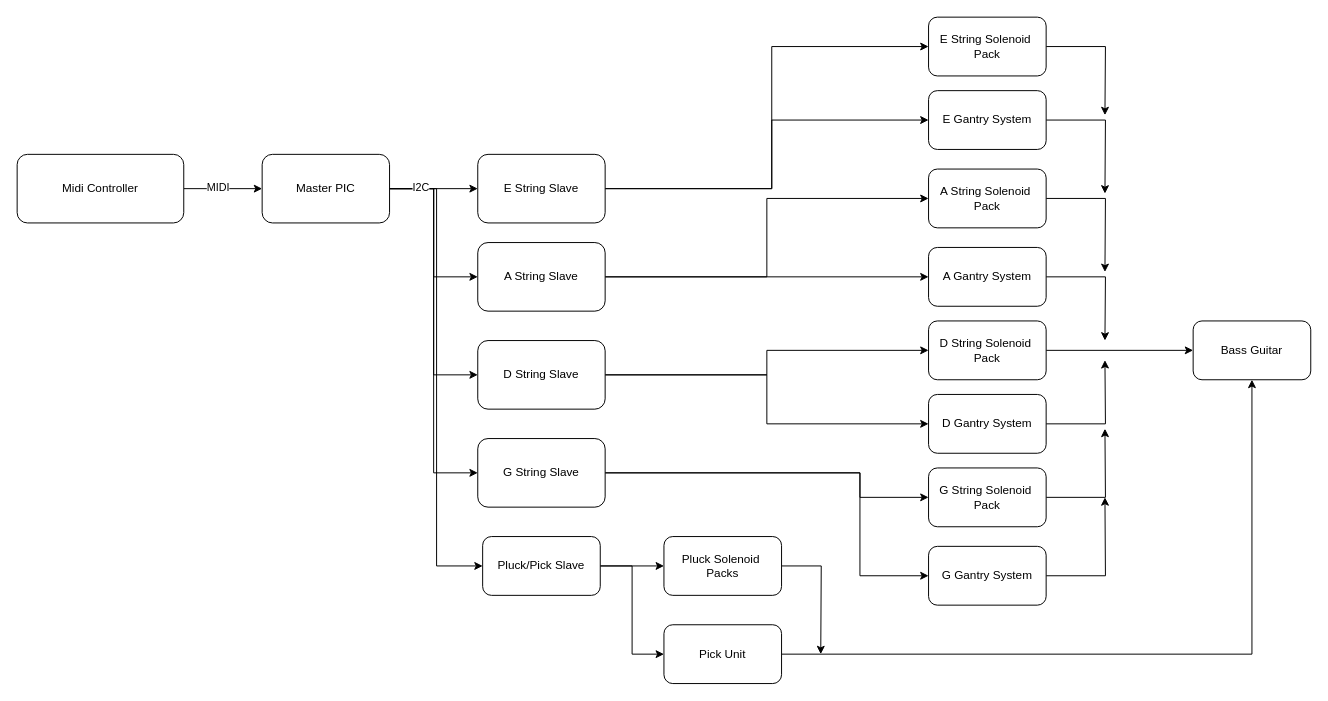
The draw.io diagram Flowcharts/Functional Block diagram.drawio in Masaharu41/Midi-Bass-Guitar, before the edit. Source tidied: cells renumbered, new cells numbered last; positions are measured from the earlier drawing's top-left corner, leaving out a move shared by most shapes. Both pictures are drawn from the tidied source at 98%, with x=0, y=0 at pixel (17, 17).
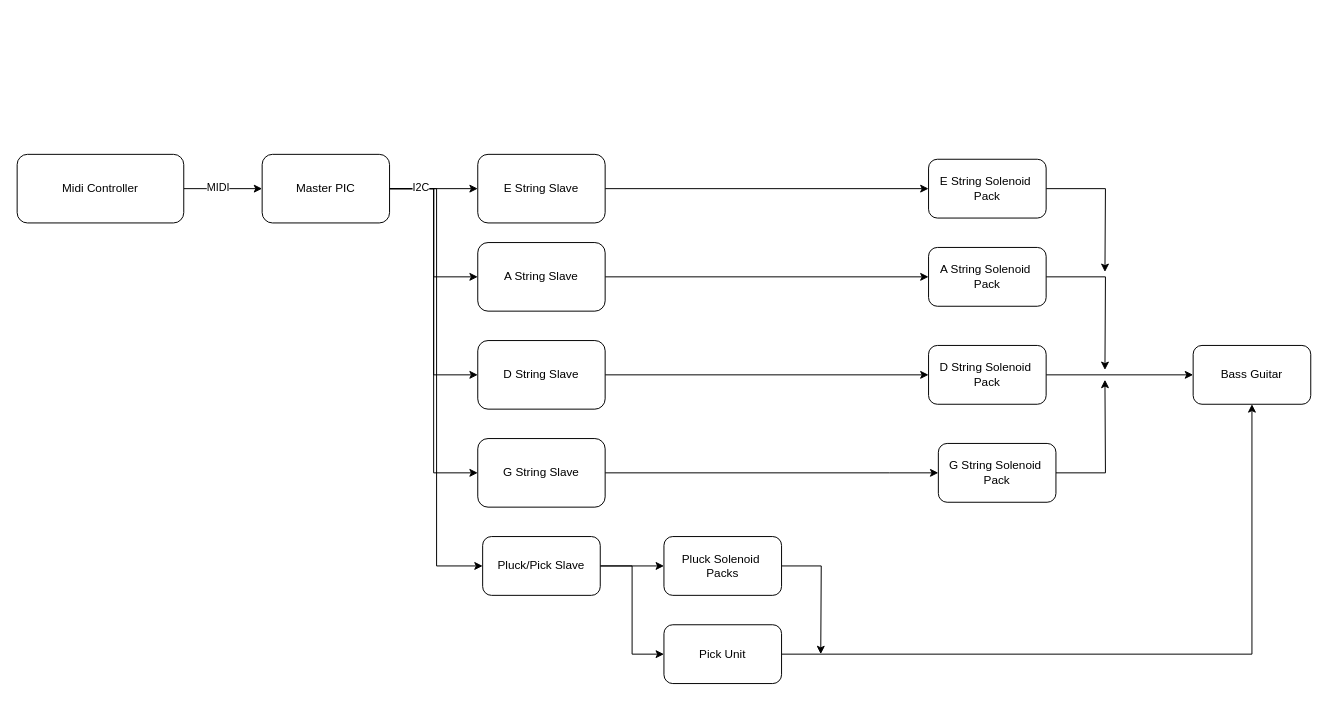
The same diagram, later.

Commit message (it also covers changes not shown here):
updated master schematic and block diagram updated hours as well added block diagram to report

Unchanged cells that the change refers to:
```xml
<mxCell id="17" value="E String Slave" style="rounded=1;whiteSpace=wrap;html=1;" parent="1" vertex="1">
  <mxGeometry x="470" y="140" width="130" height="70" as="geometry" />
</mxCell>
<mxCell id="20" value="A String Slave" style="rounded=1;whiteSpace=wrap;html=1;" parent="1" vertex="1">
  <mxGeometry x="470" y="230" width="130" height="70" as="geometry" />
</mxCell>
<mxCell id="23" value="D String Slave" style="rounded=1;whiteSpace=wrap;html=1;" parent="1" vertex="1">
  <mxGeometry x="470" y="330" width="130" height="70" as="geometry" />
</mxCell>
<mxCell id="26" value="G String Slave" style="rounded=1;whiteSpace=wrap;html=1;" parent="1" vertex="1">
  <mxGeometry x="470" y="430" width="130" height="70" as="geometry" />
</mxCell>
```

Diff of the diagram source:
```diff
@@
     <mxCell id="15" style="edgeStyle=orthogonalEdgeStyle;rounded=0;jettySize=auto;html=1;entryX=0;entryY=0.5;entryDx=0;entryDy=0;" parent="1" edge="1" source="17" target="32">
       <mxGeometry relative="1" as="geometry">
         <Array as="points">
-          <mxPoint x="770" y="175" />
-          <mxPoint x="770" y="30" />
+          <mxPoint x="930" y="175" />
         </Array>
       </mxGeometry>
     </mxCell>
-    <mxCell id="16" style="edgeStyle=orthogonalEdgeStyle;rounded=0;jettySize=auto;html=1;" parent="1" edge="1" source="17" target="34">
-      <mxGeometry relative="1" as="geometry">
-        <Array as="points">
-          <mxPoint x="770" y="175" />
-          <mxPoint x="770" y="105" />
-        </Array>
-      </mxGeometry>
-    </mxCell>
@@
-    <mxCell id="19" style="edgeStyle=orthogonalEdgeStyle;rounded=0;jettySize=auto;html=1;entryX=0;entryY=0.5;entryDx=0;entryDy=0;" parent="1" edge="1" source="20" target="38">
-      <mxGeometry relative="1" as="geometry" />
-    </mxCell>
@@
-    <mxCell id="22" style="edgeStyle=orthogonalEdgeStyle;rounded=0;jettySize=auto;html=1;entryX=0;entryY=0.5;entryDx=0;entryDy=0;" parent="1" edge="1" source="23" target="42">
-      <mxGeometry relative="1" as="geometry" />
-    </mxCell>
@@
     <mxCell id="24" style="edgeStyle=orthogonalEdgeStyle;rounded=0;jettySize=auto;html=1;entryX=0;entryY=0.5;entryDx=0;entryDy=0;" parent="1" edge="1" source="26" target="44">
       <mxGeometry relative="1" as="geometry">
         <Array as="points">
-          <mxPoint x="860" y="465" />
-          <mxPoint x="860" y="490" />
+          <mxPoint x="890" y="465" />
+          <mxPoint x="890" y="465" />
         </Array>
       </mxGeometry>
     </mxCell>
-    <mxCell id="25" style="edgeStyle=orthogonalEdgeStyle;rounded=0;jettySize=auto;html=1;entryX=0;entryY=0.5;entryDx=0;entryDy=0;" parent="1" edge="1" source="26" target="46">
-      <mxGeometry relative="1" as="geometry">
-        <Array as="points">
-          <mxPoint x="860" y="465" />
-          <mxPoint x="860" y="570" />
-        </Array>
-      </mxGeometry>
-    </mxCell>
@@
     <mxCell id="31" style="edgeStyle=orthogonalEdgeStyle;rounded=0;jettySize=auto;html=1;" parent="1" edge="1" source="32">
       <mxGeometry relative="1" as="geometry">
-        <mxPoint x="1110" y="100" as="targetPoint" />
+        <mxPoint x="1110" y="260" as="targetPoint" />
       </mxGeometry>
     </mxCell>
     <mxCell id="32" value="E String Solenoid&amp;nbsp;&lt;div&gt;Pack&lt;/div&gt;" style="rounded=1;whiteSpace=wrap;html=1;" parent="1" vertex="1">
-      <mxGeometry x="930" width="120" height="60" as="geometry" />
+      <mxGeometry x="930" y="145" width="120" height="60" as="geometry" />
     </mxCell>
-    <mxCell id="33" style="edgeStyle=orthogonalEdgeStyle;rounded=0;jettySize=auto;html=1;" parent="1" edge="1" source="34">
-      <mxGeometry relative="1" as="geometry">
-        <mxPoint x="1110" y="180" as="targetPoint" />
-      </mxGeometry>
-    </mxCell>
-    <mxCell id="34" value="E Gantry System" style="rounded=1;whiteSpace=wrap;html=1;" parent="1" vertex="1">
-      <mxGeometry x="930" y="75" width="120" height="60" as="geometry" />
-    </mxCell>
     <mxCell id="35" style="edgeStyle=orthogonalEdgeStyle;rounded=0;jettySize=auto;html=1;" parent="1" edge="1" source="36">
       <mxGeometry relative="1" as="geometry">
-        <mxPoint x="1110" y="260" as="targetPoint" />
+        <mxPoint x="1110" y="360" as="targetPoint" />
       </mxGeometry>
     </mxCell>
     <mxCell id="36" value="A String Solenoid&amp;nbsp;&lt;div&gt;Pack&lt;/div&gt;" style="rounded=1;whiteSpace=wrap;html=1;" parent="1" vertex="1">
-      <mxGeometry x="930" y="155" width="120" height="60" as="geometry" />
+      <mxGeometry x="930" y="235" width="120" height="60" as="geometry" />
     </mxCell>
-    <mxCell id="37" style="edgeStyle=orthogonalEdgeStyle;rounded=0;jettySize=auto;html=1;" parent="1" edge="1" source="38">
-      <mxGeometry relative="1" as="geometry">
-        <mxPoint x="1110" y="330" as="targetPoint" />
-      </mxGeometry>
-    </mxCell>
-    <mxCell id="38" value="A Gantry System" style="rounded=1;whiteSpace=wrap;html=1;" parent="1" vertex="1">
-      <mxGeometry x="930" y="235" width="120" height="60" as="geometry" />
-    </mxCell>
@@
     <mxCell id="40" value="D String Solenoid&amp;nbsp;&lt;div&gt;Pack&lt;/div&gt;" style="rounded=1;whiteSpace=wrap;html=1;" parent="1" vertex="1">
-      <mxGeometry x="930" y="310" width="120" height="60" as="geometry" />
+      <mxGeometry x="930" y="335" width="120" height="60" as="geometry" />
     </mxCell>
-    <mxCell id="41" style="edgeStyle=orthogonalEdgeStyle;rounded=0;jettySize=auto;html=1;" parent="1" edge="1" source="42">
-      <mxGeometry relative="1" as="geometry">
-        <mxPoint x="1110" y="350" as="targetPoint" />
-      </mxGeometry>
-    </mxCell>
-    <mxCell id="42" value="D Gantry System" style="rounded=1;whiteSpace=wrap;html=1;" parent="1" vertex="1">
-      <mxGeometry x="930" y="385" width="120" height="60" as="geometry" />
-    </mxCell>
     <mxCell id="43" style="edgeStyle=orthogonalEdgeStyle;rounded=0;jettySize=auto;html=1;" parent="1" edge="1" source="44">
       <mxGeometry relative="1" as="geometry">
-        <mxPoint x="1110" y="420" as="targetPoint" />
+        <mxPoint x="1110" y="370" as="targetPoint" />
       </mxGeometry>
     </mxCell>
     <mxCell id="44" value="G String Solenoid&amp;nbsp;&lt;div&gt;Pack&lt;/div&gt;" style="rounded=1;whiteSpace=wrap;html=1;" parent="1" vertex="1">
-      <mxGeometry x="930" y="460" width="120" height="60" as="geometry" />
+      <mxGeometry x="940" y="435" width="120" height="60" as="geometry" />
     </mxCell>
-    <mxCell id="45" style="edgeStyle=orthogonalEdgeStyle;rounded=0;jettySize=auto;html=1;" parent="1" edge="1" source="46">
-      <mxGeometry relative="1" as="geometry">
-        <mxPoint x="1110" y="490" as="targetPoint" />
-      </mxGeometry>
-    </mxCell>
-    <mxCell id="46" value="G Gantry System" style="rounded=1;whiteSpace=wrap;html=1;" parent="1" vertex="1">
-      <mxGeometry x="930" y="540" width="120" height="60" as="geometry" />
-    </mxCell>
     <mxCell id="47" value="Bass Guitar" style="rounded=1;whiteSpace=wrap;html=1;" parent="1" vertex="1">
-      <mxGeometry x="1200" y="310" width="120" height="60" as="geometry" />
+      <mxGeometry x="1200" y="335" width="120" height="60" as="geometry" />
     </mxCell>
```
